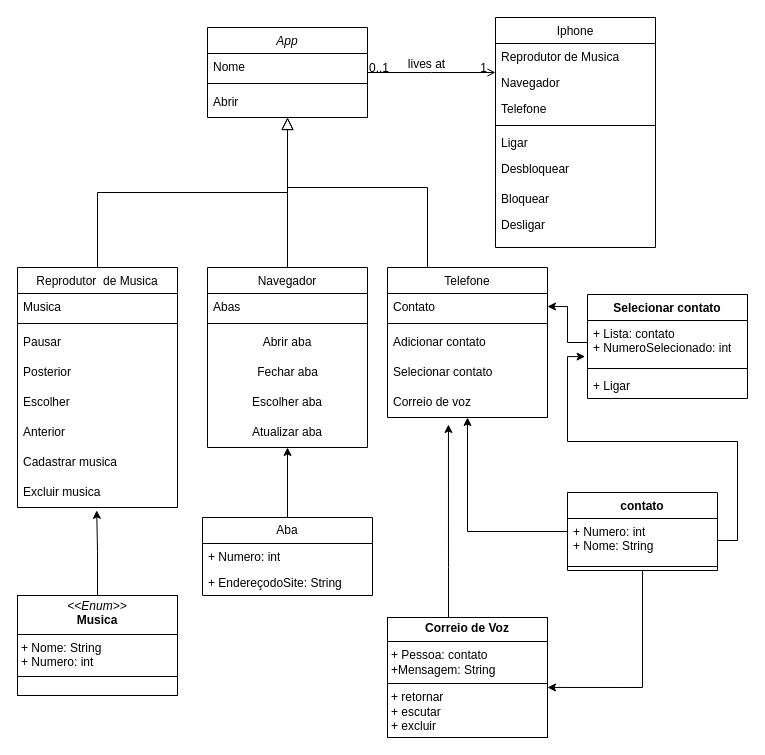
This is UML/Diagrama sem nome.drawio from DevolperGdSL/POO-Desafio, a draw.io file, before an edit. Source tidied: cells renumbered, new cells numbered last; positions are measured from the earlier drawing's top-left corner, leaving out a move shared by most shapes. Both pictures are drawn from the tidied source at 100%, with x=0, y=0 at pixel (17, 17).
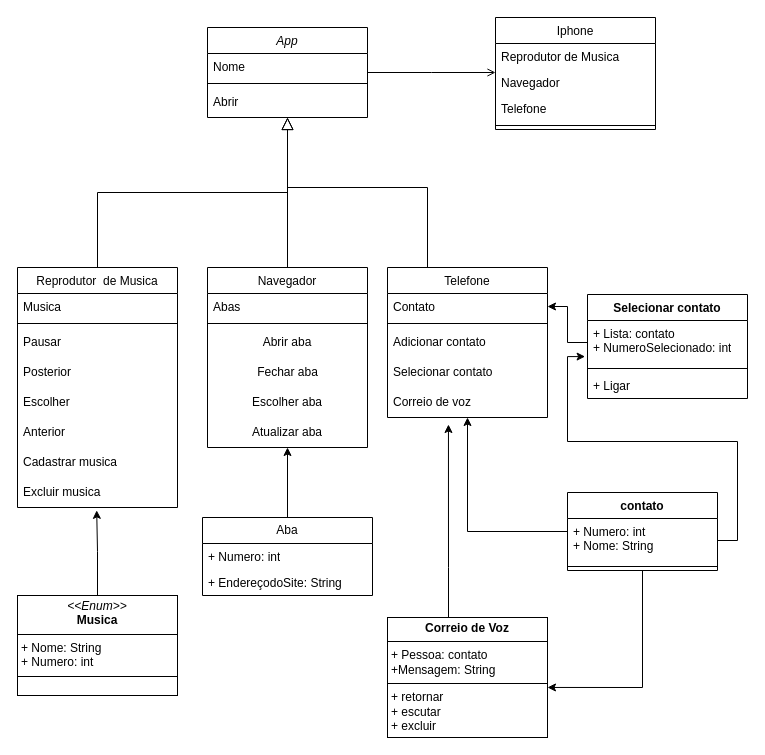
After the change.

The change refers to these unchanged cells:
```xml
<mxCell id="32" style="endArrow=open;shadow=0;strokeWidth=1;rounded=0;endFill=1;edgeStyle=elbowEdgeStyle;elbow=vertical;" parent="1" edge="1" source="2" target="23">
  <mxGeometry x="0.5" y="41" relative="1" as="geometry">
    <mxPoint x="-40" y="32" as="offset" />
  </mxGeometry>
</mxCell>
```

Diff of the diagram source:
```diff
@@
     <mxCell id="23" value="Iphone" style="swimlane;fontStyle=0;align=center;verticalAlign=top;horizontal=1;startSize=26;rounded=0;shadow=0;strokeWidth=1;" parent="1" vertex="1">
-      <mxGeometry x="478" width="160" height="230" as="geometry" />
+      <mxGeometry x="478" width="160" height="112" as="geometry" />
     </mxCell>
@@
-    <mxCell id="28" value="Ligar" style="text;align=left;verticalAlign=top;spacingLeft=4;spacingRight=4;overflow=hidden;" parent="23" vertex="1">
-      <mxGeometry y="112" width="160" height="26" as="geometry" />
-    </mxCell>
-    <mxCell id="29" value="Desbloquear" style="text;align=left;verticalAlign=top;spacingLeft=4;spacingRight=4;overflow=hidden;" parent="23" vertex="1">
-      <mxGeometry y="138" width="160" height="30" as="geometry" />
-    </mxCell>
-    <mxCell id="30" value="Bloquear" style="text;align=left;verticalAlign=top;spacingLeft=4;spacingRight=4;overflow=hidden;" parent="23" vertex="1">
-      <mxGeometry y="168" width="160" height="26" as="geometry" />
-    </mxCell>
-    <mxCell id="31" value="Desligar" style="text;align=left;verticalAlign=top;spacingLeft=4;spacingRight=4;overflow=hidden;" parent="23" vertex="1">
-      <mxGeometry y="194" width="160" height="26" as="geometry" />
-    </mxCell>
@@
-    <mxCell id="33" value="0..1" style="align=left;verticalAlign=bottom;labelBackgroundColor=none;fontSize=12;" parent="32" vertex="1">
-      <mxGeometry x="-1" relative="1" as="geometry">
-        <mxPoint y="4" as="offset" />
-      </mxGeometry>
-    </mxCell>
-    <mxCell id="34" value="1" style="align=right;verticalAlign=bottom;labelBackgroundColor=none;fontSize=12;" parent="32" vertex="1">
-      <mxGeometry x="1" relative="1" as="geometry">
-        <mxPoint x="-7" y="4" as="offset" />
-      </mxGeometry>
-    </mxCell>
-    <mxCell id="35" value="lives at" style="text;html=1;align=center;verticalAlign=middle;labelBackgroundColor=none;rounded=0;shadow=0;strokeWidth=1;fontSize=12;" parent="32" vertex="1">
-      <mxGeometry x="0.5" y="49" relative="1" as="geometry">
-        <mxPoint x="-38" y="40" as="offset" />
-      </mxGeometry>
-    </mxCell>
```
